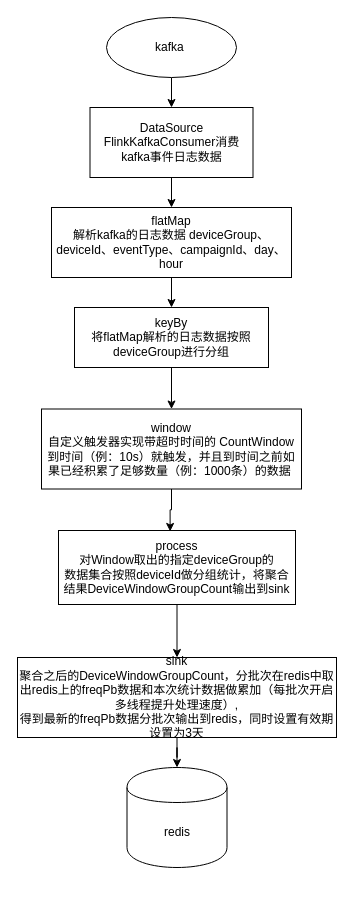
Before: page "流程图简版" (2 of 2) of 频次服务流程设计.drawio in cp0802/xueqqiu, a draw.io diagram. Source tidied: cells renumbered, new cells numbered last; positions are measured from the earlier drawing's top-left corner, leaving out a move shared by most shapes. Both pictures are drawn from the tidied source at 100%, with x=0, y=0 at pixel (17, 17).
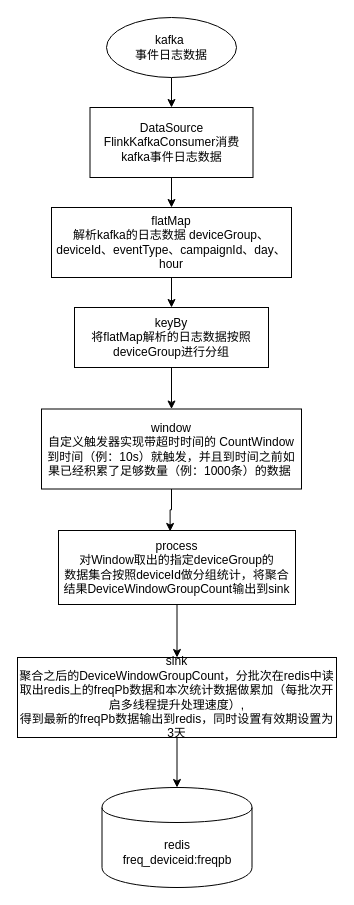
The same diagram, later.

Commit message:
Update 频次服务流程设计.drawio

Change to the diagram source:
```diff
@@
 <mxGraphModel>
   <root>
     <mxCell id="0" />
     <mxCell id="1" parent="0" />
     <mxCell id="2" style="edgeStyle=orthogonalEdgeStyle;rounded=0;jettySize=auto;html=1;" parent="1" edge="1" source="3" target="5">
       <mxGeometry relative="1" as="geometry" />
     </mxCell>
     <mxCell id="3" value="DataSource&lt;br&gt;FlinkKafkaConsumer消费kafka事件日志数据" style="rounded=0;whiteSpace=wrap;html=1;" parent="1" vertex="1">
       <mxGeometry x="72.5" y="90" width="163" height="70" as="geometry" />
     </mxCell>
     <mxCell id="4" style="edgeStyle=orthogonalEdgeStyle;rounded=0;jettySize=auto;html=1;entryX=0.5;entryY=0;entryDx=0;entryDy=0;" parent="1" edge="1" source="5" target="7">
       <mxGeometry relative="1" as="geometry" />
     </mxCell>
     <mxCell id="5" value="flatMap&lt;br&gt;解析kafka的日志数据 deviceGroup、deviceId、eventType、campaignId、day、hour " style="rounded=0;whiteSpace=wrap;html=1;" parent="1" vertex="1">
       <mxGeometry x="34" y="190" width="240" height="70" as="geometry" />
     </mxCell>
     <mxCell id="6" style="edgeStyle=orthogonalEdgeStyle;rounded=0;jettySize=auto;html=1;" parent="1" edge="1" source="7" target="16">
       <mxGeometry relative="1" as="geometry" />
     </mxCell>
     <mxCell id="7" value="keyBy&lt;br&gt;将flatMap解析的日志数据按照deviceGroup进行分组" style="rounded=0;whiteSpace=wrap;html=1;" parent="1" vertex="1">
       <mxGeometry x="57" y="290" width="194" height="60" as="geometry" />
     </mxCell>
     <mxCell id="8" style="edgeStyle=orthogonalEdgeStyle;rounded=0;jettySize=auto;html=1;entryX=0.5;entryY=0;entryDx=0;entryDy=0;" parent="1" edge="1" source="9" target="11">
       <mxGeometry relative="1" as="geometry" />
     </mxCell>
     <mxCell id="9" value="process&lt;br&gt;对Window取出的指定deviceGroup的&lt;br&gt;数据集合按照deviceId做分组统计，将聚合结果DeviceWindowGroupCount输出到sink" style="rounded=0;whiteSpace=wrap;html=1;" parent="1" vertex="1">
       <mxGeometry x="41" y="513" width="237" height="74" as="geometry" />
     </mxCell>
     <mxCell id="10" style="edgeStyle=orthogonalEdgeStyle;rounded=0;jettySize=auto;html=1;entryX=0.5;entryY=0;entryDx=0;entryDy=0;" parent="1" edge="1" source="11" target="12">
       <mxGeometry relative="1" as="geometry" />
     </mxCell>
-    <mxCell id="11" value="sink&lt;br&gt;聚合之后的DeviceWindowGroupCount，分批次在redis中取出redis上的freqPb数据和本次统计数据做累加（每批次开启多线程提升处理速度）,&lt;br&gt;得到最新的freqPb数据分批次输出到redis，同时设置有效期设置为3天" style="rounded=0;whiteSpace=wrap;html=1;" parent="1" vertex="1">
+    <mxCell id="11" value="sink&lt;br&gt;聚合之后的DeviceWindowGroupCount，分批次在redis中读取出redis上的freqPb数据和本次统计数据做累加（每批次开启多线程提升处理速度）,&lt;br&gt;得到最新的freqPb数据输出到redis，同时设置有效期设置为3天" style="rounded=0;whiteSpace=wrap;html=1;" parent="1" vertex="1">
       <mxGeometry y="640" width="319" height="80" as="geometry" />
     </mxCell>
-    <mxCell id="12" value="redis" style="shape=cylinder;whiteSpace=wrap;html=1;boundedLbl=1;backgroundOutline=1;" parent="1" vertex="1">
-      <mxGeometry x="109.5" y="750" width="100" height="100" as="geometry" />
+    <mxCell id="12" value="redis&lt;br&gt;freq_deviceid:freqpb" style="shape=cylinder;whiteSpace=wrap;html=1;boundedLbl=1;backgroundOutline=1;" parent="1" vertex="1">
+      <mxGeometry x="84.5" y="770" width="150" height="100" as="geometry" />
     </mxCell>
     <mxCell id="13" style="edgeStyle=orthogonalEdgeStyle;rounded=0;jettySize=auto;html=1;" parent="1" edge="1" source="14" target="3">
       <mxGeometry relative="1" as="geometry" />
     </mxCell>
-    <mxCell id="14" value="&lt;span style=&quot;white-space: normal&quot;&gt;kafka&amp;nbsp;&lt;/span&gt;" style="ellipse;whiteSpace=wrap;html=1;" parent="1" vertex="1">
+    <mxCell id="14" value="&lt;span style=&quot;white-space: normal&quot;&gt;kafka&amp;nbsp;&lt;br&gt;事件日志数据&lt;br&gt;&lt;/span&gt;" style="ellipse;whiteSpace=wrap;html=1;" parent="1" vertex="1">
       <mxGeometry x="89" width="130" height="60" as="geometry" />
     </mxCell>
     <mxCell id="15" style="edgeStyle=orthogonalEdgeStyle;rounded=0;jettySize=auto;html=1;entryX=0.471;entryY=0.013;entryDx=0;entryDy=0;entryPerimeter=0;" parent="1" edge="1" source="16" target="9">
       <mxGeometry relative="1" as="geometry" />
     </mxCell>
     <mxCell id="16" value="window&lt;br&gt;自定义触发器实现带超时时间的 CountWindow&lt;br&gt;到时间（例：10s）就触发，并且到时间之前如果已经积累了足够数量（例：1000条）的数据&amp;nbsp;" style="rounded=0;whiteSpace=wrap;html=1;" parent="1" vertex="1">
       <mxGeometry x="24" y="391.5" width="260" height="80" as="geometry" />
     </mxCell>
   </root>
 </mxGraphModel>
```
